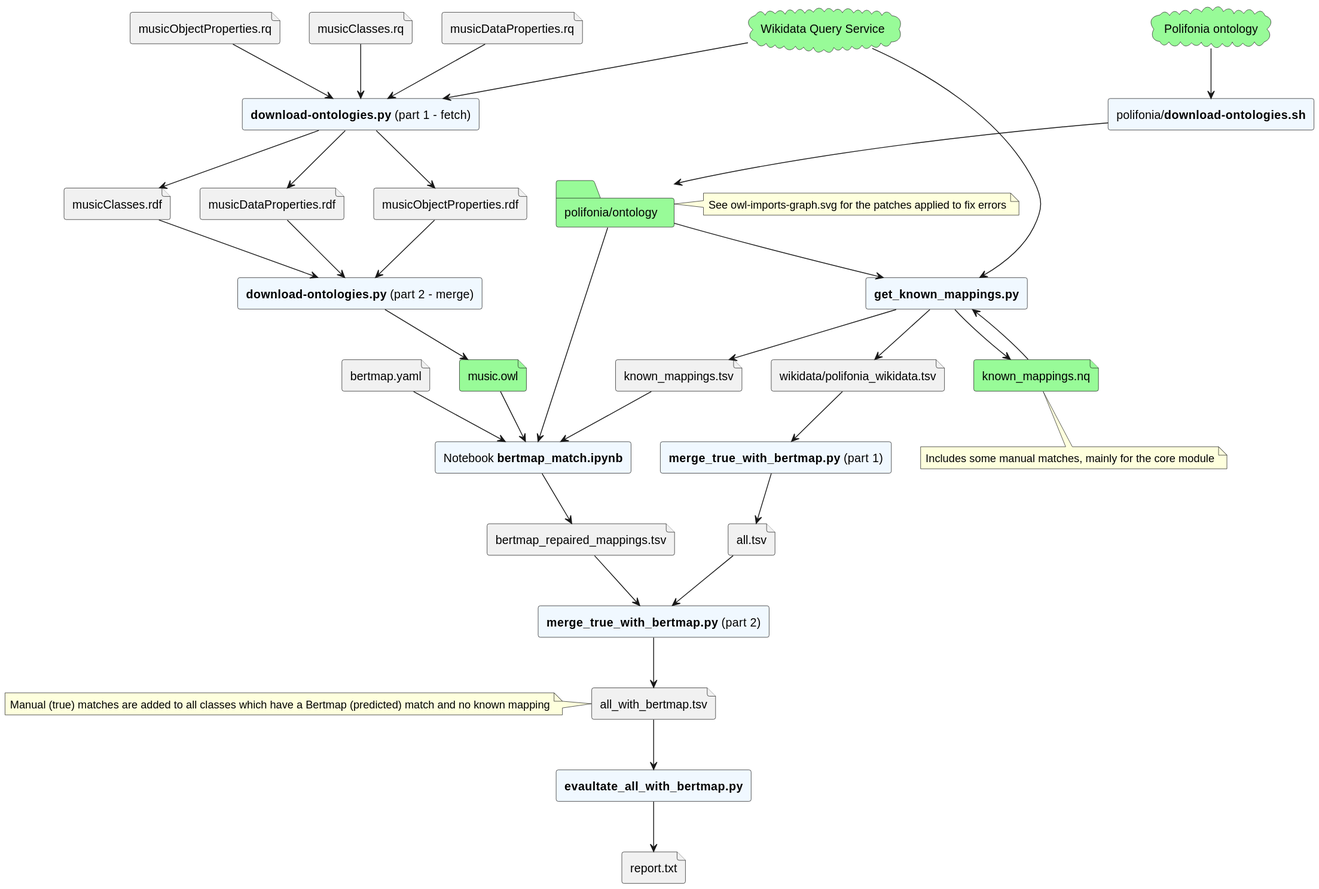
Above: flow.svg in Danysan1/unibo-ke-matching-ontologies (PlantUML), before the change.
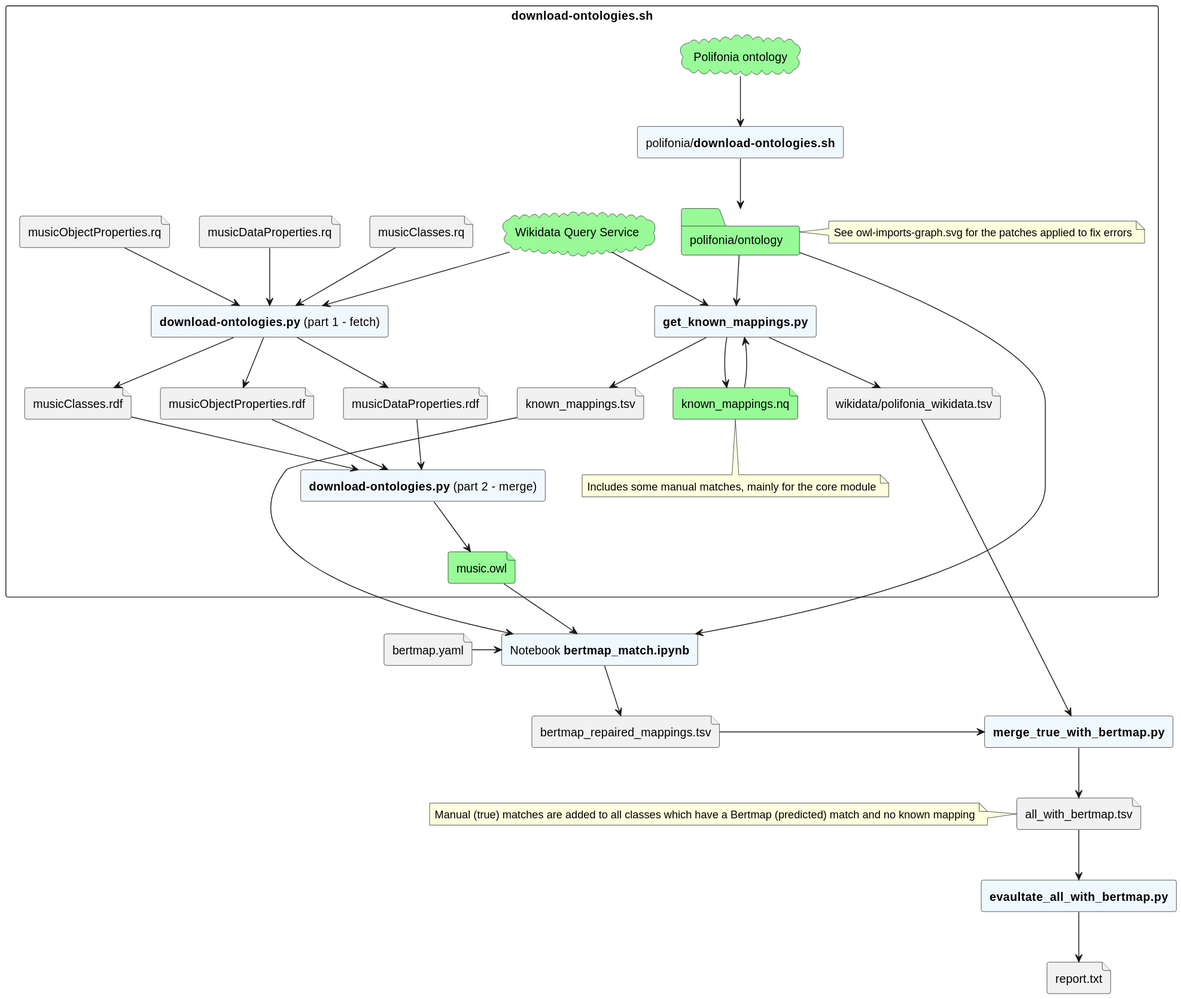
Later version of the same file.

The edit, as a diff of the source:
```diff
@@ -1,5 +1,6 @@
 @startuml flow
 
+rectangle "**download-ontologies.sh**" {
 cloud "Wikidata Query Service" as wikidata #palegreen
 file musicClasses.rq
 file musicDataProperties.rq
@@ -40,27 +41,23 @@
 get_known_mappings --> known_mappings.tsv
 get_known_mappings --> polifonia_wikidata
 get_known_mappings --> known_mappings.nq
+}
 
 rectangle "Notebook **bertmap_match.ipynb**" as notebook #aliceblue
 file "bertmap.yaml" as yml
 file "bertmap_repaired_mappings.tsv" as repaired
-yml --> notebook
+yml -> notebook
 known_mappings.tsv --> notebook
 music.owl --> notebook
 polifoniaowl --> notebook
 notebook --> repaired
 
-rectangle "**merge_true_with_bertmap.py** (part 1)" as merge1 #aliceblue
-rectangle "**merge_true_with_bertmap.py** (part 2)" as merge2 #aliceblue
-file all.tsv
-polifonia_wikidata --> merge1
-merge1 --> all.tsv
-
 file "all_with_bertmap.tsv"
+rectangle "**merge_true_with_bertmap.py**" as merge_true_with_bertmap #aliceblue
 note left of all_with_bertmap.tsv: Manual (true) matches are added to all classes which have a Bertmap (predicted) match and no known mapping
-all.tsv --> merge2
-repaired --> merge2
-merge2 --> all_with_bertmap.tsv
+polifonia_wikidata --> merge_true_with_bertmap
+repaired -> merge_true_with_bertmap
+merge_true_with_bertmap --> all_with_bertmap.tsv
 
 rectangle "**evaultate_all_with_bertmap.py**" as evaluate #aliceblue
 file "report.txt"
```
